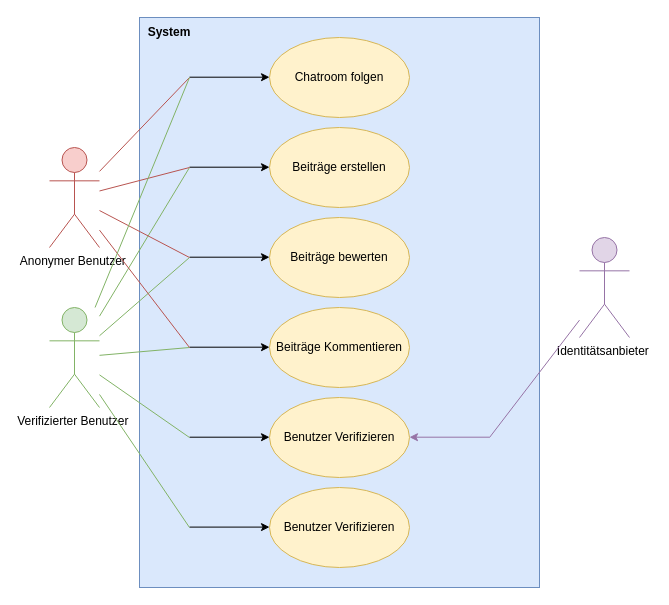
Earlier version of the draw.io diagram UseCaseDiagramm.drawio (AnoAsked/Documentation). Source tidied: cells renumbered, new cells numbered last; positions are measured from the earlier drawing's top-left corner, leaving out a move shared by most shapes. Both pictures are drawn from the tidied source at 100%, with x=0, y=0 at pixel (49, 17).
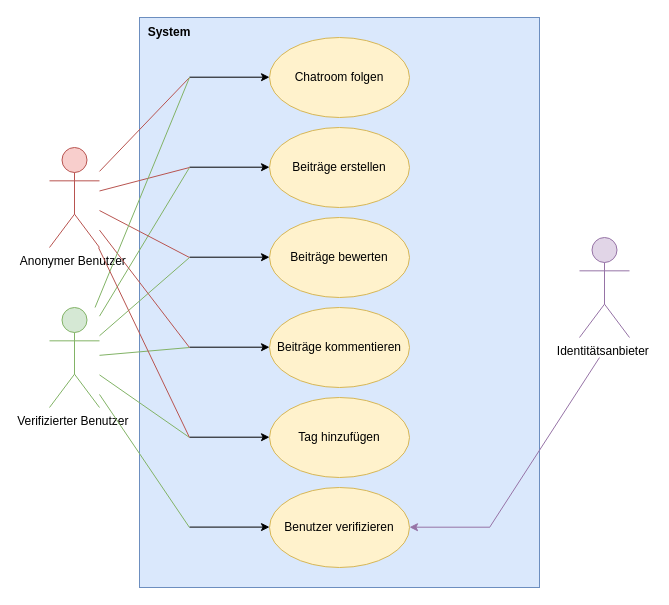
The same diagram, later.

The change refers to these unchanged cells:
```xml
<mxCell id="8" value="Identitätsanbieter&amp;nbsp;" style="shape=umlActor;verticalLabelPosition=bottom;verticalAlign=top;html=1;outlineConnect=0;fillColor=#e1d5e7;strokeColor=#9673a6;" parent="1" vertex="1">
  <mxGeometry x="530" y="220" width="50" height="100" as="geometry" />
</mxCell>
<mxCell id="9" value="Anonymer Benutzer&amp;nbsp;" style="shape=umlActor;verticalLabelPosition=bottom;verticalAlign=top;html=1;outlineConnect=0;fillColor=#f8cecc;strokeColor=#b85450;" parent="1" vertex="1">
  <mxGeometry y="130" width="50" height="100" as="geometry" />
</mxCell>
```

The edit, as a diff of the source:
```diff
@@
-    <mxCell id="6" value="Beiträge Kommentieren" style="ellipse;whiteSpace=wrap;html=1;fillColor=#fff2cc;strokeColor=#d6b656;" parent="1" vertex="1">
+    <mxCell id="6" value="Beiträge kommentieren" style="ellipse;whiteSpace=wrap;html=1;fillColor=#fff2cc;strokeColor=#d6b656;" parent="1" vertex="1">
       <mxGeometry x="220" y="290" width="140" height="80" as="geometry" />
     </mxCell>
-    <mxCell id="7" value="Benutzer Verifizieren" style="ellipse;whiteSpace=wrap;html=1;fillColor=#fff2cc;strokeColor=#d6b656;" parent="1" vertex="1">
+    <mxCell id="7" value="Tag hinzufügen" style="ellipse;whiteSpace=wrap;html=1;fillColor=#fff2cc;strokeColor=#d6b656;" parent="1" vertex="1">
       <mxGeometry x="220" y="380" width="140" height="80" as="geometry" />
     </mxCell>
@@
     <mxCell id="15" style="endArrow=classic;html=1;rounded=0;fillColor=#e1d5e7;strokeColor=#9673a6;" parent="1" edge="1">
       <mxGeometry relative="1" as="geometry">
-        <mxPoint x="440" y="419.7" as="sourcePoint" />
-        <mxPoint x="360" y="419.7" as="targetPoint" />
+        <mxPoint x="440" y="509.7" as="sourcePoint" />
+        <mxPoint x="360" y="509.7" as="targetPoint" />
       </mxGeometry>
     </mxCell>
@@
-    <mxCell id="23" style="endArrow=none;html=1;rounded=0;fillColor=#e1d5e7;strokeColor=#9673a6;" parent="1" edge="1" target="8">
+    <mxCell id="23" style="endArrow=none;html=1;rounded=0;fillColor=#e1d5e7;strokeColor=#9673a6;" parent="1" edge="1">
       <mxGeometry relative="1" as="geometry">
-        <mxPoint x="440" y="420" as="sourcePoint" />
+        <mxPoint x="440" y="510" as="sourcePoint" />
+        <mxPoint x="550" y="340" as="targetPoint" />
       </mxGeometry>
     </mxCell>
@@
-    <mxCell id="28" value="Benutzer Verifizieren" style="ellipse;whiteSpace=wrap;html=1;fillColor=#fff2cc;strokeColor=#d6b656;" parent="1" vertex="1">
+    <mxCell id="28" value="Benutzer verifizieren" style="ellipse;whiteSpace=wrap;html=1;fillColor=#fff2cc;strokeColor=#d6b656;" parent="1" vertex="1">
       <mxGeometry x="220" y="470" width="140" height="80" as="geometry" />
     </mxCell>
@@
+    <mxCell id="31" style="endArrow=none;html=1;rounded=0;fillColor=#f8cecc;strokeColor=#b85450;" parent="1" edge="1" target="9">
+      <mxGeometry relative="1" as="geometry">
+        <mxPoint x="140" y="420" as="sourcePoint" />
+      </mxGeometry>
+    </mxCell>
```
